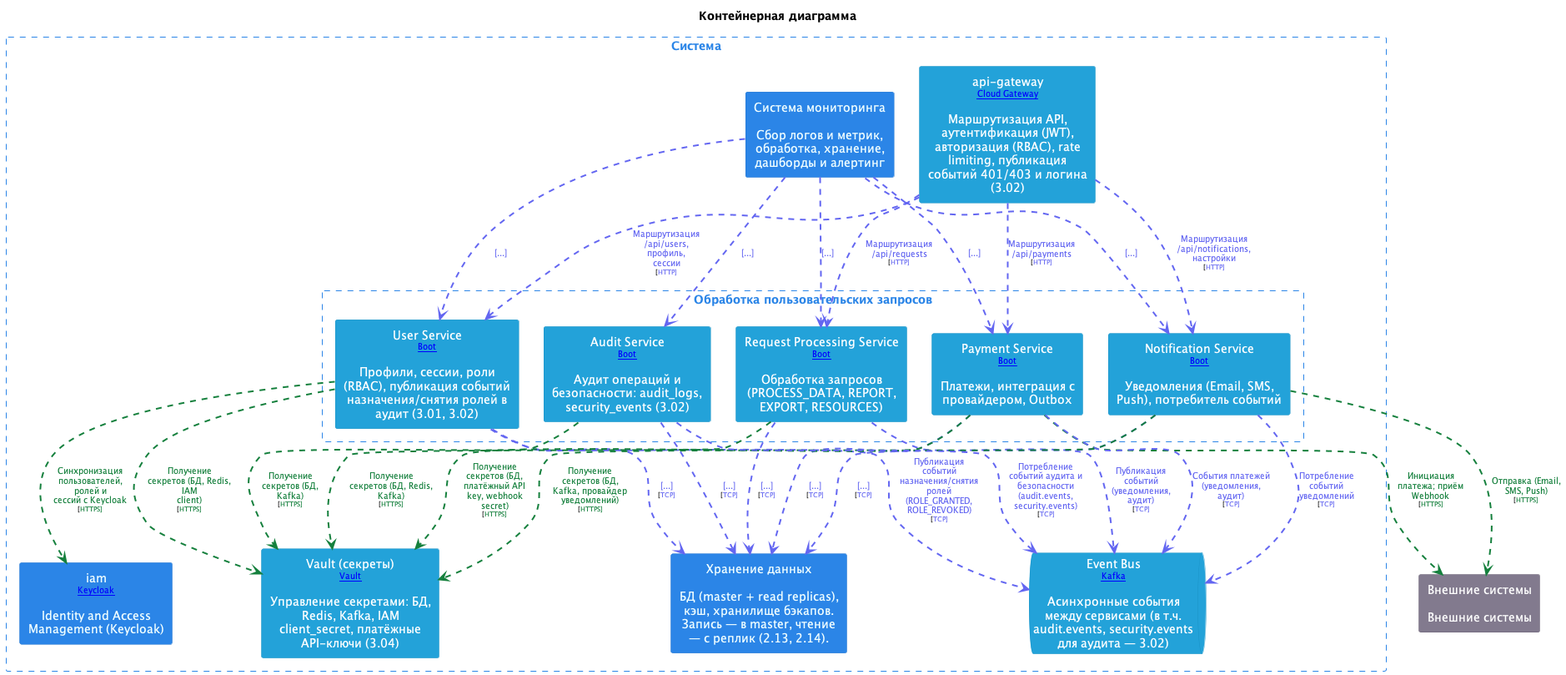
The PlantUML diagram doc/images/backend_container.png in shelepovg/system-design-homework, before a commit.
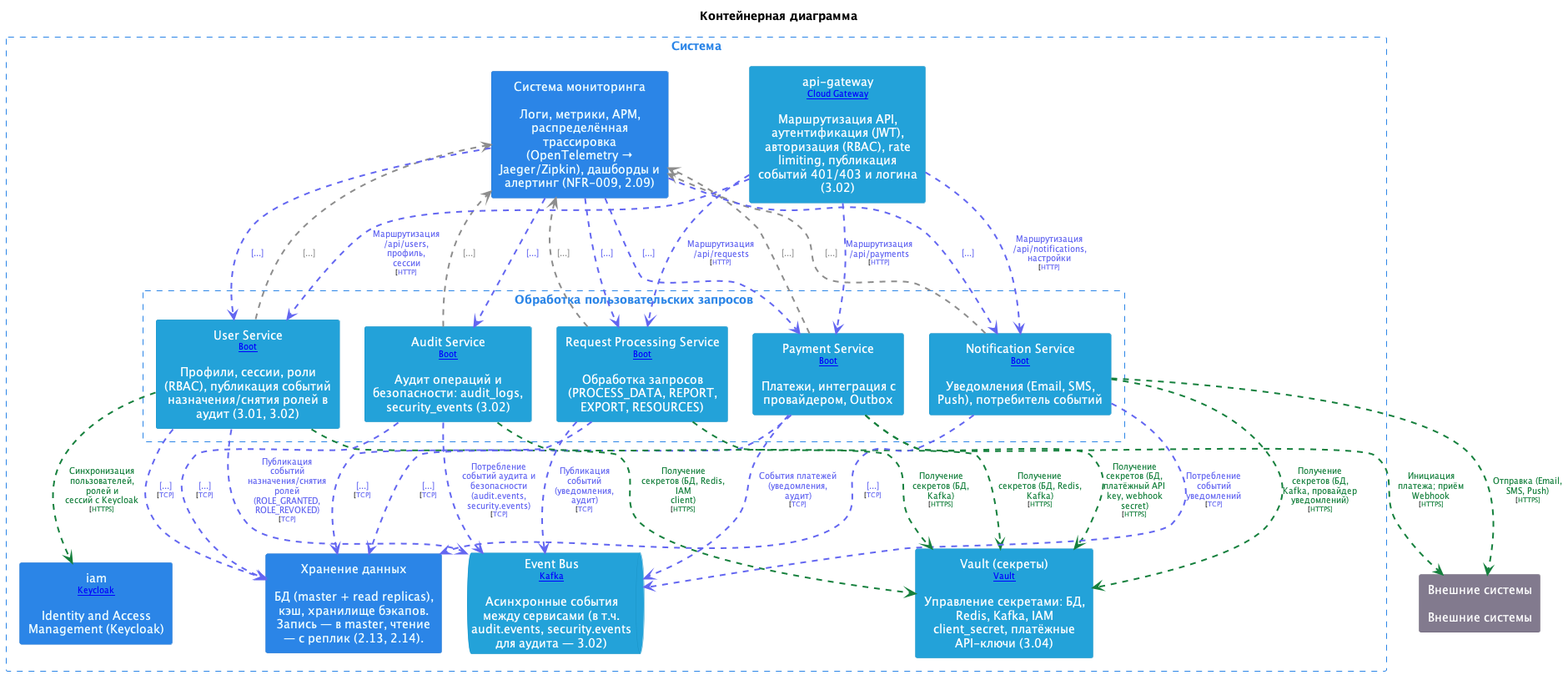
Later version of the same file.

Change to the diagram source:
```diff
@@ -17,11 +17,6 @@
   BackgroundColor #23a2d9
   FontColor #ffffff
   BorderColor #1892c5
-}
-skinparam rectangle<<SystemMonitoring>>{
-  BackgroundColor #2b85e7
-  FontColor #f1ffff
-  BorderColor #1e73ce
 }
 skinparam rectangle<<SystemBackendUserService>>{
   BackgroundColor #23a2d9
@@ -73,13 +68,17 @@
   FontColor #ffffff
   BorderColor #1892c5
 }
+skinparam rectangle<<SystemMonitoring>>{
+  BackgroundColor #2b85e7
+  FontColor #f1ffff
+  BorderColor #1e73ce
+}
 rectangle "Система" <<System>> as System {
   skinparam RectangleBorderColor<<System>> #2b85e7
   skinparam RectangleFontColor<<System>> #2b85e7
   skinparam RectangleBorderStyle<<System>> dashed
 
   rectangle "api-gateway\n<size:10>[[Spring Cloud Gateway]]</size>\n\nМаршрутизация API, аутентификация (JWT), авторизация (RBAC), rate limiting, публикация событий 401/403 и логина (3.02)" <<SystemApiGateway>> as SystemApiGateway
-  rectangle "Система мониторинга\n\nСбор логов и метрик, обработка, хранение, дашборды и алертинг" <<SystemMonitoring>> as SystemMonitoring
   rectangle "Обработка пользовательских запросов" <<SystemBackend>> as SystemBackend {
     skinparam RectangleBorderColor<<SystemBackend>> #2b85e7
     skinparam RectangleFontColor<<SystemBackend>> #2b85e7
@@ -95,6 +94,7 @@
   rectangle "Хранение данных\n\nБД (master + read replicas), кэш, хранилище бэкапов. Запись — в master, чтение — с реплик (2.13, 2.14)." <<SystemStorage>> as SystemStorage
   queue "Event Bus\n<size:10>[[Apache Kafka]]</size>\n\nАсинхронные события между сервисами (в т.ч. audit.events, security.events для аудита — 3.02)" <<SystemEventBus>> as SystemEventBus
   rectangle "Vault (секреты)\n<size:10>[[HashiCorp Vault]]</size>\n\nУправление секретами: БД, Redis, Kafka, IAM client_secret, платёжные API-ключи (3.04)" <<SystemSecretsVault>> as SystemSecretsVault
+  rectangle "Система мониторинга\n\nЛоги, метрики, APM, распределённая трассировка (OpenTelemetry → Jaeger/Zipkin), дашборды и алертинг (NFR-009, 2.09)" <<SystemMonitoring>> as SystemMonitoring
 }
 rectangle "Внешние системы\n\nВнешние системы" <<System_ext>> as System_ext
 
@@ -102,20 +102,25 @@
 SystemBackendUserService .[#6366f1,thickness=2].> SystemStorage : <color:#6366f1>[...]\n<size:8>[<color:#6366f1>TCP]</size>
 SystemBackendUserService .[#6366f1,thickness=2].> SystemEventBus : <color:#6366f1>Публикация событий назначения/снятия \n<color:#6366f1>ролей (ROLE_GRANTED, ROLE_REVOKED)\n<size:8>[<color:#6366f1>TCP]</size>
 SystemBackendUserService .[#15803d,thickness=2].> SystemSecretsVault : <color:#15803d>Получение секретов (БД, Redis, IAM \n<color:#15803d>client)\n<size:8>[<color:#15803d>HTTPS]</size>
+SystemBackendUserService .[#8D8D8D,thickness=2].> SystemMonitoring : <color:#8D8D8D>[...]
 SystemBackendRequestProcessingService .[#6366f1,thickness=2].> SystemStorage : <color:#6366f1>[...]\n<size:8>[<color:#6366f1>TCP]</size>
 SystemBackendRequestProcessingService .[#6366f1,thickness=2].> SystemEventBus : <color:#6366f1>Публикация событий (уведомления, аудит)\n<size:8>[<color:#6366f1>TCP]</size>
 SystemBackendRequestProcessingService .[#15803d,thickness=2].> SystemSecretsVault : <color:#15803d>Получение секретов (БД, Redis, Kafka)\n<size:8>[<color:#15803d>HTTPS]</size>
+SystemBackendRequestProcessingService .[#8D8D8D,thickness=2].> SystemMonitoring : <color:#8D8D8D>[...]
 SystemBackendPaymentService .[#15803d,thickness=2].> System_ext : <color:#15803d>Инициация платежа; приём Webhook\n<size:8>[<color:#15803d>HTTPS]</size>
 SystemBackendPaymentService .[#6366f1,thickness=2].> SystemStorage : <color:#6366f1>[...]\n<size:8>[<color:#6366f1>TCP]</size>
 SystemBackendPaymentService .[#6366f1,thickness=2].> SystemEventBus : <color:#6366f1>События платежей (уведомления, аудит)\n<size:8>[<color:#6366f1>TCP]</size>
 SystemBackendPaymentService .[#15803d,thickness=2].> SystemSecretsVault : <color:#15803d>Получение секретов (БД, платёжный API \n<color:#15803d>key, webhook secret)\n<size:8>[<color:#15803d>HTTPS]</size>
+SystemBackendPaymentService .[#8D8D8D,thickness=2].> SystemMonitoring : <color:#8D8D8D>[...]
 SystemBackendNotificationService .[#15803d,thickness=2].> System_ext : <color:#15803d>Отправка (Email, SMS, Push)\n<size:8>[<color:#15803d>HTTPS]</size>
 SystemBackendNotificationService .[#6366f1,thickness=2].> SystemStorage : <color:#6366f1>[...]\n<size:8>[<color:#6366f1>TCP]</size>
 SystemBackendNotificationService .[#6366f1,thickness=2].> SystemEventBus : <color:#6366f1>Потребление событий уведомлений\n<size:8>[<color:#6366f1>TCP]</size>
 SystemBackendNotificationService .[#15803d,thickness=2].> SystemSecretsVault : <color:#15803d>Получение секретов (БД, Kafka, провайдер \n<color:#15803d>уведомлений)\n<size:8>[<color:#15803d>HTTPS]</size>
+SystemBackendNotificationService .[#8D8D8D,thickness=2].> SystemMonitoring : <color:#8D8D8D>[...]
 SystemBackendAuditService .[#6366f1,thickness=2].> SystemStorage : <color:#6366f1>[...]\n<size:8>[<color:#6366f1>TCP]</size>
 SystemBackendAuditService .[#6366f1,thickness=2].> SystemEventBus : <color:#6366f1>Потребление событий аудита и \n<color:#6366f1>безопасности (audit.events, \n<color:#6366f1>security.events)\n<size:8>[<color:#6366f1>TCP]</size>
 SystemBackendAuditService .[#15803d,thickness=2].> SystemSecretsVault : <color:#15803d>Получение секретов (БД, Kafka)\n<size:8>[<color:#15803d>HTTPS]</size>
+SystemBackendAuditService .[#8D8D8D,thickness=2].> SystemMonitoring : <color:#8D8D8D>[...]
 SystemApiGateway .[#6366f1,thickness=2].> SystemBackendUserService : <color:#6366f1>Маршрутизация /api/users, профиль, \n<color:#6366f1>сессии\n<size:8>[<color:#6366f1>HTTP]</size>
 SystemApiGateway .[#6366f1,thickness=2].> SystemBackendRequestProcessingService : <color:#6366f1>Маршрутизация /api/requests\n<size:8>[<color:#6366f1>HTTP]</size>
 SystemApiGateway .[#6366f1,thickness=2].> SystemBackendPaymentService : <color:#6366f1>Маршрутизация /api/payments\n<size:8>[<color:#6366f1>HTTP]</size>
```
